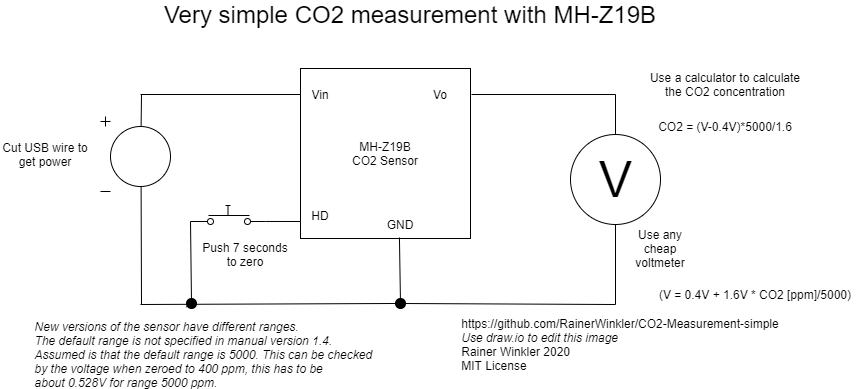
RainerWinkler/CO2-Measurement-simple keeps this draw.io diagram as VerySimpleCO2Measurement.png. Above is the earlier version. Source tidied: cells renumbered, new cells last; positions are measured from the earlier drawing's top-left corner, leaving out a move shared by most shapes.
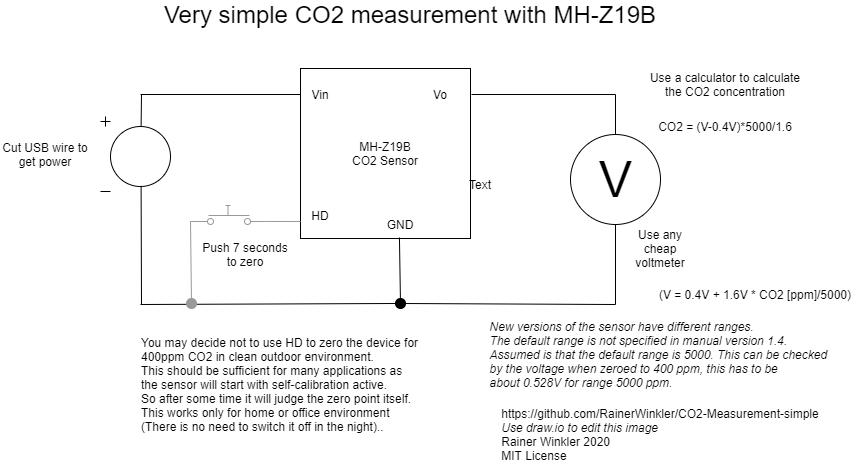
After the change.

Commit message:
Explain that Zero with HD is not needed

The edit, as a diff of the source:
```diff
@@ -1,4 +1,4 @@
-<mxGraphModel background="#ffffff">
+<mxGraphModel>
   <root>
     <mxCell id="0" />
     <mxCell id="1" parent="0" />
@@ -11,38 +11,38 @@
     <mxCell id="4" value="MH-Z19B&lt;br&gt;CO2 Sensor" style="whiteSpace=wrap;html=1;" parent="1" vertex="1">
       <mxGeometry x="300" y="64" width="170" height="170" as="geometry" />
     </mxCell>
-    <mxCell id="5" style="endArrow=none;html=1;entryX=0.582;entryY=0.994;entryDx=0;entryDy=0;entryPerimeter=0;" parent="1" edge="1" target="4">
-      <mxGeometry relative="1" as="geometry">
-        <mxPoint x="400" y="300" as="sourcePoint" />
-      </mxGeometry>
-    </mxCell>
+    <mxCell id="32" style="endArrow=none;html=1;entryX=0.582;entryY=0.994;entryDx=0;entryDy=0;entryPerimeter=0;" parent="1" edge="1" target="4">
+      <mxGeometry relative="1" as="geometry">
+        <mxPoint x="400" y="300" as="sourcePoint" />
+      </mxGeometry>
+    </mxCell>
     <mxCell id="6" value="GND" style="text;html=1;strokeColor=none;fillColor=none;align=center;verticalAlign=middle;whiteSpace=wrap;rounded=0;" parent="1" vertex="1">
       <mxGeometry x="380" y="210" width="40" height="20" as="geometry" />
     </mxCell>
     <mxCell id="7" value="Vin" style="text;html=1;strokeColor=none;fillColor=none;align=center;verticalAlign=middle;whiteSpace=wrap;rounded=0;" parent="1" vertex="1">
       <mxGeometry x="300" y="80" width="40" height="20" as="geometry" />
     </mxCell>
-    <mxCell id="8" style="endArrow=none;html=1;entryX=0;entryY=0.5;entryDx=0;entryDy=0;" parent="1" edge="1" target="7">
-      <mxGeometry relative="1" as="geometry">
-        <mxPoint x="140" y="90" as="sourcePoint" />
-      </mxGeometry>
-    </mxCell>
-    <mxCell id="9" style="endArrow=none;html=1;entryX=0.5;entryY=0;entryDx=0;entryDy=0;rounded=0;" parent="1" edge="1" target="2">
-      <mxGeometry relative="1" as="geometry">
-        <mxPoint x="471" y="90" as="sourcePoint" />
-        <Array as="points">
-          <mxPoint x="615" y="90" />
-        </Array>
-      </mxGeometry>
-    </mxCell>
+    <mxCell id="33" style="endArrow=none;html=1;entryX=0;entryY=0.5;entryDx=0;entryDy=0;" parent="1" edge="1" target="7">
+      <mxGeometry relative="1" as="geometry">
+        <mxPoint x="140" y="90" as="sourcePoint" />
+      </mxGeometry>
+    </mxCell>
+    <mxCell id="34" style="endArrow=none;html=1;entryX=0.5;entryY=0;entryDx=0;entryDy=0;rounded=0;" parent="1" edge="1" target="2">
+      <mxGeometry relative="1" as="geometry">
+        <mxPoint x="471" y="90" as="sourcePoint" />
+        <Array as="points">
+          <mxPoint x="615" y="90" />
+        </Array>
+      </mxGeometry>
+    </mxCell>
     <mxCell id="10" value="Vo" style="text;html=1;strokeColor=none;fillColor=none;align=center;verticalAlign=middle;whiteSpace=wrap;rounded=0;" parent="1" vertex="1">
       <mxGeometry x="420" y="80" width="40" height="20" as="geometry" />
     </mxCell>
-    <mxCell id="11" style="endArrow=none;html=1;entryX=0.58;entryY=0.935;entryDx=0;entryDy=0;entryPerimeter=0;" parent="1" edge="1" target="3">
-      <mxGeometry relative="1" as="geometry">
-        <mxPoint x="141" y="300" as="sourcePoint" />
-      </mxGeometry>
-    </mxCell>
+    <mxCell id="35" style="endArrow=none;html=1;entryX=0.58;entryY=0.935;entryDx=0;entryDy=0;entryPerimeter=0;" parent="1" edge="1" target="3">
+      <mxGeometry relative="1" as="geometry">
+        <mxPoint x="141" y="300" as="sourcePoint" />
+      </mxGeometry>
+    </mxCell>
     <mxCell id="12" style="endArrow=none;html=1;entryX=0.5;entryY=1;entryDx=0;entryDy=0;rounded=0;" parent="1" edge="1" source="28" target="2">
       <mxGeometry relative="1" as="geometry">
         <Array as="points">
@@ -50,20 +50,20 @@
         </Array>
       </mxGeometry>
     </mxCell>
-    <mxCell id="13" style="verticalLabelPosition=bottom;shadow=0;dashed=0;align=center;html=1;verticalAlign=top;shape=mxgraph.electrical.electro-mechanical.push_switch_no;" parent="1" vertex="1">
-      <mxGeometry x="190" y="201" width="75" height="19" as="geometry" />
-    </mxCell>
-    <mxCell id="14" style="endArrow=none;html=1;exitX=1;exitY=0.84;exitDx=0;exitDy=0;exitPerimeter=0;entryX=0;entryY=0.9;entryDx=0;entryDy=0;entryPerimeter=0;" parent="1" edge="1" source="13" target="4">
-      <mxGeometry relative="1" as="geometry" />
-    </mxCell>
-    <mxCell id="15" style="endArrow=none;html=1;entryX=0;entryY=0.84;entryDx=0;entryDy=0;entryPerimeter=0;" parent="1" edge="1" source="30" target="13">
-      <mxGeometry relative="1" as="geometry" />
-    </mxCell>
-    <mxCell id="16" style="endArrow=none;html=1;exitX=0.58;exitY=0.135;exitDx=0;exitDy=0;exitPerimeter=0;" parent="1" edge="1" source="3">
-      <mxGeometry relative="1" as="geometry">
-        <mxPoint x="141" y="90" as="targetPoint" />
-      </mxGeometry>
-    </mxCell>
+    <mxCell id="36" style="verticalLabelPosition=bottom;shadow=0;dashed=0;align=center;html=1;verticalAlign=top;shape=mxgraph.electrical.electro-mechanical.push_switch_no;strokeColor=#999999;" parent="1" vertex="1">
+      <mxGeometry x="190" y="201" width="75" height="19" as="geometry" />
+    </mxCell>
+    <mxCell id="37" style="endArrow=none;html=1;exitX=1;exitY=0.84;exitDx=0;exitDy=0;exitPerimeter=0;entryX=0;entryY=0.9;entryDx=0;entryDy=0;entryPerimeter=0;strokeColor=#999999;" parent="1" edge="1" source="36" target="4">
+      <mxGeometry relative="1" as="geometry" />
+    </mxCell>
+    <mxCell id="38" style="endArrow=none;html=1;entryX=0;entryY=0.84;entryDx=0;entryDy=0;entryPerimeter=0;strokeColor=#999999;" parent="1" edge="1" source="41" target="36">
+      <mxGeometry relative="1" as="geometry" />
+    </mxCell>
+    <mxCell id="39" style="endArrow=none;html=1;exitX=0.58;exitY=0.135;exitDx=0;exitDy=0;exitPerimeter=0;" parent="1" edge="1" source="3">
+      <mxGeometry relative="1" as="geometry">
+        <mxPoint x="141" y="90" as="targetPoint" />
+      </mxGeometry>
+    </mxCell>
     <mxCell id="17" value="HD" style="text;html=1;strokeColor=none;fillColor=none;align=center;verticalAlign=middle;whiteSpace=wrap;rounded=0;" parent="1" vertex="1">
       <mxGeometry x="300" y="201" width="40" height="20" as="geometry" />
     </mxCell>
@@ -89,29 +89,30 @@
       <mxGeometry x="640" y="70" width="170" height="20" as="geometry" />
     </mxCell>
     <mxCell id="25" value="&lt;div style=&quot;text-align: left&quot;&gt;&lt;span&gt;&lt;i&gt;New versions of the sensor have different ranges.&lt;/i&gt;&lt;/span&gt;&lt;/div&gt;&lt;div style=&quot;text-align: left&quot;&gt;&lt;span&gt;&lt;i&gt;The default range is not specified in manual version 1.4.&lt;/i&gt;&lt;/span&gt;&lt;/div&gt;&lt;div style=&quot;text-align: left&quot;&gt;&lt;span&gt;&lt;i&gt;Assumed is that the default range is 5000. This can be checked&amp;nbsp;&lt;/i&gt;&lt;/span&gt;&lt;/div&gt;&lt;div style=&quot;text-align: left&quot;&gt;&lt;span&gt;&lt;i&gt;by the voltage when zeroed to 400 ppm, this has to be&amp;nbsp;&lt;/i&gt;&lt;/span&gt;&lt;/div&gt;&lt;div style=&quot;text-align: left&quot;&gt;&lt;span&gt;&lt;i&gt;about 0.528V for range 5000 ppm.&lt;/i&gt;&lt;/span&gt;&lt;/div&gt;" style="text;html=1;strokeColor=none;fillColor=none;align=center;verticalAlign=middle;whiteSpace=wrap;rounded=0;" parent="1" vertex="1">
-      <mxGeometry x="30" y="340" width="350" height="20" as="geometry" />
+      <mxGeometry x="485" y="340" width="350" height="20" as="geometry" />
     </mxCell>
     <mxCell id="26" value="&lt;font style=&quot;font-size: 24px&quot;&gt;Very simple CO2 measurement with MH-Z19B&lt;/font&gt;" style="text;html=1;strokeColor=none;fillColor=none;align=center;verticalAlign=middle;whiteSpace=wrap;rounded=0;" parent="1" vertex="1">
       <mxGeometry x="150" width="520" height="20" as="geometry" />
     </mxCell>
     <mxCell id="27" value="&lt;a href=&quot;https://github.com/RainerWinkler/CO2-Measurement-simple&quot;&gt;https://github.com/RainerWinkler/CO2-Measurement-simple&lt;/a&gt;&lt;br&gt;&lt;div style=&quot;text-align: left&quot;&gt;&lt;span&gt;&lt;i&gt;Use draw.io to edit this image&lt;/i&gt;&lt;/span&gt;&lt;/div&gt;&lt;div style=&quot;text-align: left&quot;&gt;&lt;span&gt;Rainer Winkler 2020&lt;/span&gt;&lt;/div&gt;&lt;div style=&quot;text-align: left&quot;&gt;&lt;span&gt;MIT License&lt;/span&gt;&lt;/div&gt;" style="text;html=1;strokeColor=none;fillColor=none;align=center;verticalAlign=middle;whiteSpace=wrap;rounded=0;" parent="1" vertex="1">
-      <mxGeometry x="450" y="330" width="340" height="20" as="geometry" />
+      <mxGeometry x="490" y="420" width="340" height="20" as="geometry" />
     </mxCell>
     <mxCell id="28" style="ellipse;whiteSpace=wrap;html=1;fillColor=#000000;" parent="1" vertex="1">
       <mxGeometry x="395" y="294" width="10" height="10" as="geometry" />
     </mxCell>
-    <mxCell id="29" style="endArrow=none;html=1;rounded=0;entryX=0;entryY=0.5;entryDx=0;entryDy=0;" parent="1" edge="1" target="28">
-      <mxGeometry relative="1" as="geometry">
-        <mxPoint x="140" y="300" as="sourcePoint" />
-      </mxGeometry>
-    </mxCell>
-    <mxCell id="30" style="ellipse;whiteSpace=wrap;html=1;fillColor=#000000;" parent="1" vertex="1">
-      <mxGeometry x="186" y="294" width="10" height="10" as="geometry" />
-    </mxCell>
-    <mxCell id="31" style="endArrow=none;html=1;entryX=0;entryY=0.84;entryDx=0;entryDy=0;entryPerimeter=0;" parent="1" edge="1" target="30">
-      <mxGeometry relative="1" as="geometry">
-        <mxPoint x="190" y="300" as="sourcePoint" />
-      </mxGeometry>
-    </mxCell>
+    <mxCell id="40" style="endArrow=none;html=1;rounded=0;entryX=0;entryY=0.5;entryDx=0;entryDy=0;" parent="1" edge="1" target="28">
+      <mxGeometry relative="1" as="geometry">
+        <mxPoint x="140" y="300" as="sourcePoint" />
+      </mxGeometry>
+    </mxCell>
+    <mxCell id="41" style="ellipse;whiteSpace=wrap;html=1;fillColor=#999999;strokeColor=#999999;" parent="1" vertex="1">
+      <mxGeometry x="186" y="294" width="10" height="10" as="geometry" />
+    </mxCell>
+    <mxCell id="42" value="Text" style="text;html=1;strokeColor=none;fillColor=none;align=center;verticalAlign=middle;whiteSpace=wrap;rounded=0;" parent="1" vertex="1">
+      <mxGeometry x="460" y="170" width="40" height="20" as="geometry" />
+    </mxCell>
+    <mxCell id="43" value="&lt;div style=&quot;text-align: left&quot;&gt;&lt;span&gt;You may decide not to use HD&amp;nbsp;&lt;/span&gt;&lt;span&gt;to zero the device for 400ppm CO2 in clean outdoor environment.&lt;/span&gt;&lt;/div&gt;&lt;div style=&quot;text-align: left&quot;&gt;&lt;span&gt;This should be sufficient for many applications as the sensor will start with self-calibration active.&lt;/span&gt;&lt;/div&gt;&lt;div style=&quot;text-align: left&quot;&gt;&lt;span&gt;So after some time it will judge the zero point itself. This works only for home or office environment (There is no need to switch it off in the night)..&lt;/span&gt;&lt;/div&gt;" style="text;html=1;strokeColor=none;fillColor=none;align=center;verticalAlign=middle;whiteSpace=wrap;rounded=0;" parent="1" vertex="1">
+      <mxGeometry x="140" y="370" width="280" height="20" as="geometry" />
+    </mxCell>
   </root>
 </mxGraphModel>
```
